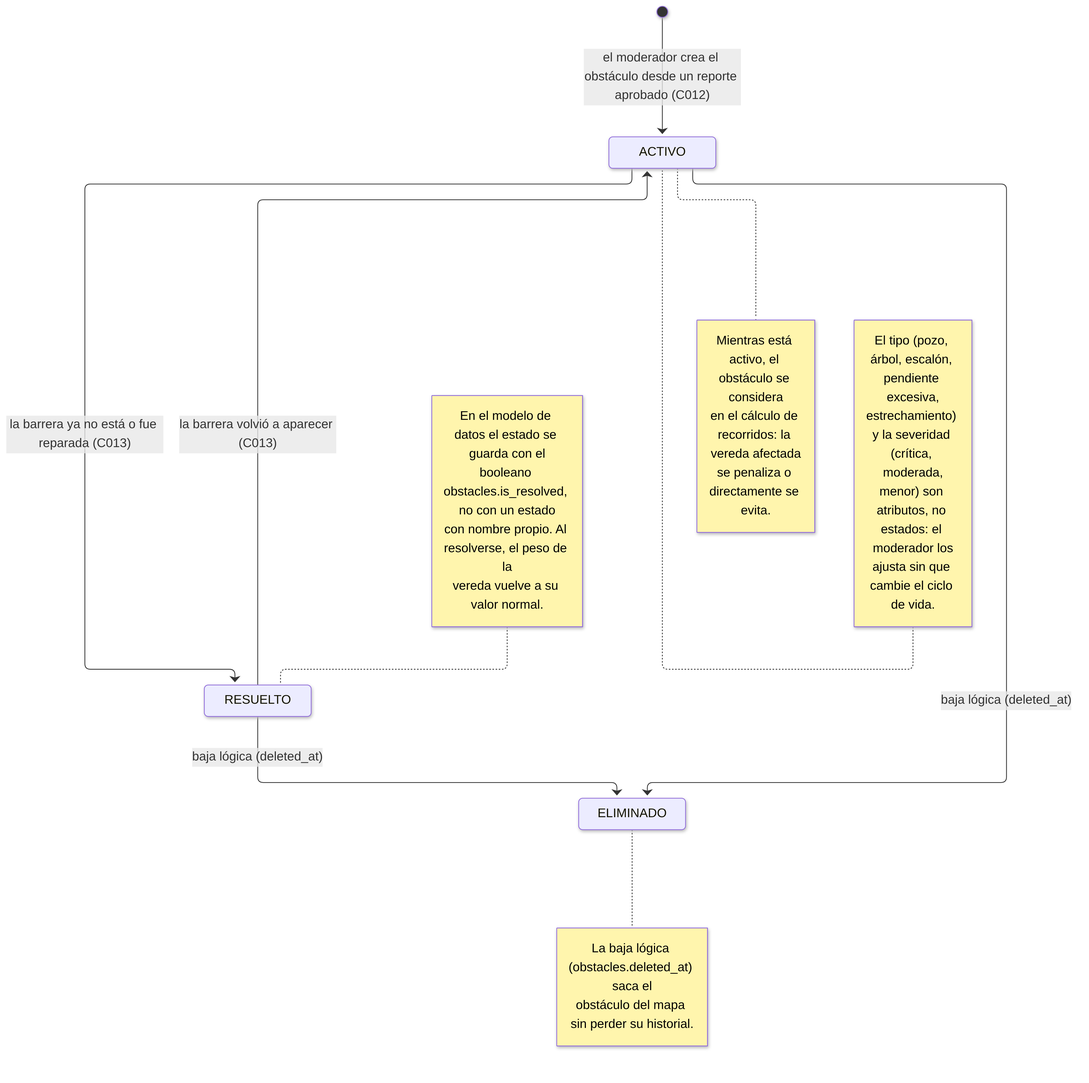
The Mermaid diagram docs/diagrams/imgs/05-est-obstaculo.png in BLP-Technologies/rodando-x-mza, before a commit. Its source is kept beside it as docs/diagrams/05-est-obstaculo.mmd. Its diagram source:
```mermaid
stateDiagram-v2
    accTitle: Ciclo de vida del obstáculo
    accDescr: Estados del obstáculo que el moderador crea en el mapa a partir de un reporte aprobado, y su efecto sobre el peso de la vereda en el cálculo de recorridos accesibles.

    state "ACTIVO" as ACTIVO
    state "RESUELTO" as RESUELTO
    state "ELIMINADO" as ELIMINADO

    [*] --> ACTIVO: el moderador crea el obstáculo desde un reporte aprobado (C012)

    ACTIVO --> RESUELTO: la barrera ya no está o fue reparada (C013)
    RESUELTO --> ACTIVO: la barrera volvió a aparecer (C013)
    ACTIVO --> ELIMINADO: baja lógica (deleted_at)
    RESUELTO --> ELIMINADO: baja lógica (deleted_at)

    note right of ACTIVO
        Mientras está activo, el obstáculo se considera
        en el cálculo de recorridos: la vereda afectada
        se penaliza o directamente se evita.
    end note

    note left of ACTIVO
        El tipo (pozo, árbol, escalón, pendiente excesiva,
        estrechamiento) y la severidad (crítica, moderada,
        menor) son atributos, no estados: el moderador los
        ajusta sin que cambie el ciclo de vida.
    end note

    note left of RESUELTO
        En el modelo de datos el estado se guarda con el
        booleano obstacles.is_resolved, no con un estado
        con nombre propio. Al resolverse, el peso de la
        vereda vuelve a su valor normal.
    end note

    note right of ELIMINADO
        La baja lógica (obstacles.deleted_at) saca el
        obstáculo del mapa sin perder su historial.
    end note
```
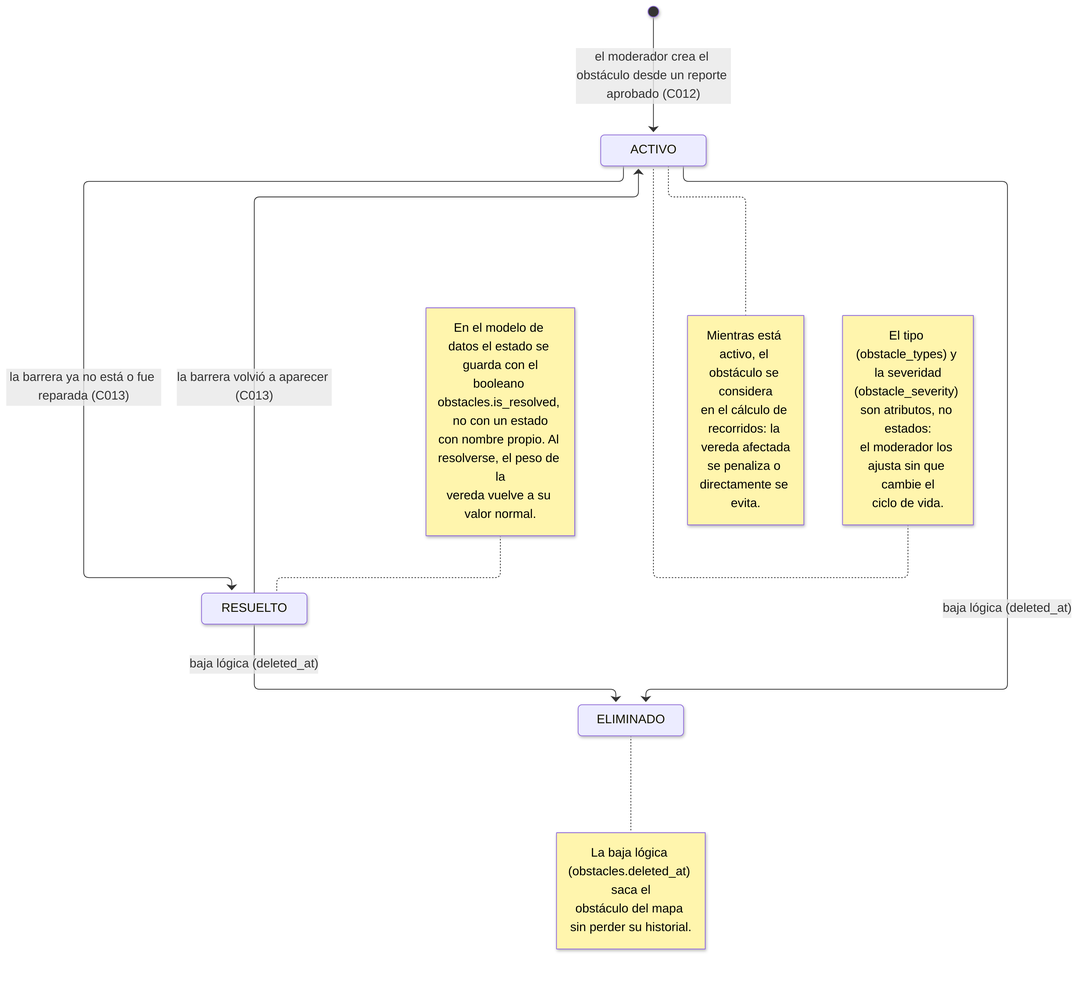
After the commit.

What changed in the source:
```diff
@@ -2,38 +2,38 @@
     accTitle: Ciclo de vida del obstáculo
     accDescr: Estados del obstáculo que el moderador crea en el mapa a partir de un reporte aprobado, y su efecto sobre el peso de la vereda en el cálculo de recorridos accesibles.
 
-    state "ACTIVO" as ACTIVO
-    state "RESUELTO" as RESUELTO
-    state "ELIMINADO" as ELIMINADO
+    state "ACTIVO" as ACTIVE
+    state "RESUELTO" as RESOLVED
+    state "ELIMINADO" as DELETED
 
-    [*] --> ACTIVO: el moderador crea el obstáculo desde un reporte aprobado (C012)
+    [*] --> ACTIVE: el moderador crea el obstáculo desde un reporte aprobado (C012)
 
-    ACTIVO --> RESUELTO: la barrera ya no está o fue reparada (C013)
-    RESUELTO --> ACTIVO: la barrera volvió a aparecer (C013)
-    ACTIVO --> ELIMINADO: baja lógica (deleted_at)
-    RESUELTO --> ELIMINADO: baja lógica (deleted_at)
+    ACTIVE --> RESOLVED: la barrera ya no está o fue reparada (C013)
+    RESOLVED --> ACTIVE: la barrera volvió a aparecer (C013)
+    ACTIVE --> DELETED: baja lógica (deleted_at)
+    RESOLVED --> DELETED: baja lógica (deleted_at)
 
-    note right of ACTIVO
+    note right of ACTIVE
         Mientras está activo, el obstáculo se considera
         en el cálculo de recorridos: la vereda afectada
         se penaliza o directamente se evita.
     end note
 
-    note left of ACTIVO
-        El tipo (pozo, árbol, escalón, pendiente excesiva,
-        estrechamiento) y la severidad (crítica, moderada,
-        menor) son atributos, no estados: el moderador los
-        ajusta sin que cambie el ciclo de vida.
+    note left of ACTIVE
+        El tipo (obstacle_types) y la severidad
+        (obstacle_severity) son atributos, no estados:
+        el moderador los ajusta sin que cambie el
+        ciclo de vida.
     end note
 
-    note left of RESUELTO
+    note left of RESOLVED
         En el modelo de datos el estado se guarda con el
         booleano obstacles.is_resolved, no con un estado
         con nombre propio. Al resolverse, el peso de la
         vereda vuelve a su valor normal.
     end note
 
-    note right of ELIMINADO
+    note right of DELETED
         La baja lógica (obstacles.deleted_at) saca el
         obstáculo del mapa sin perder su historial.
     end note
```
